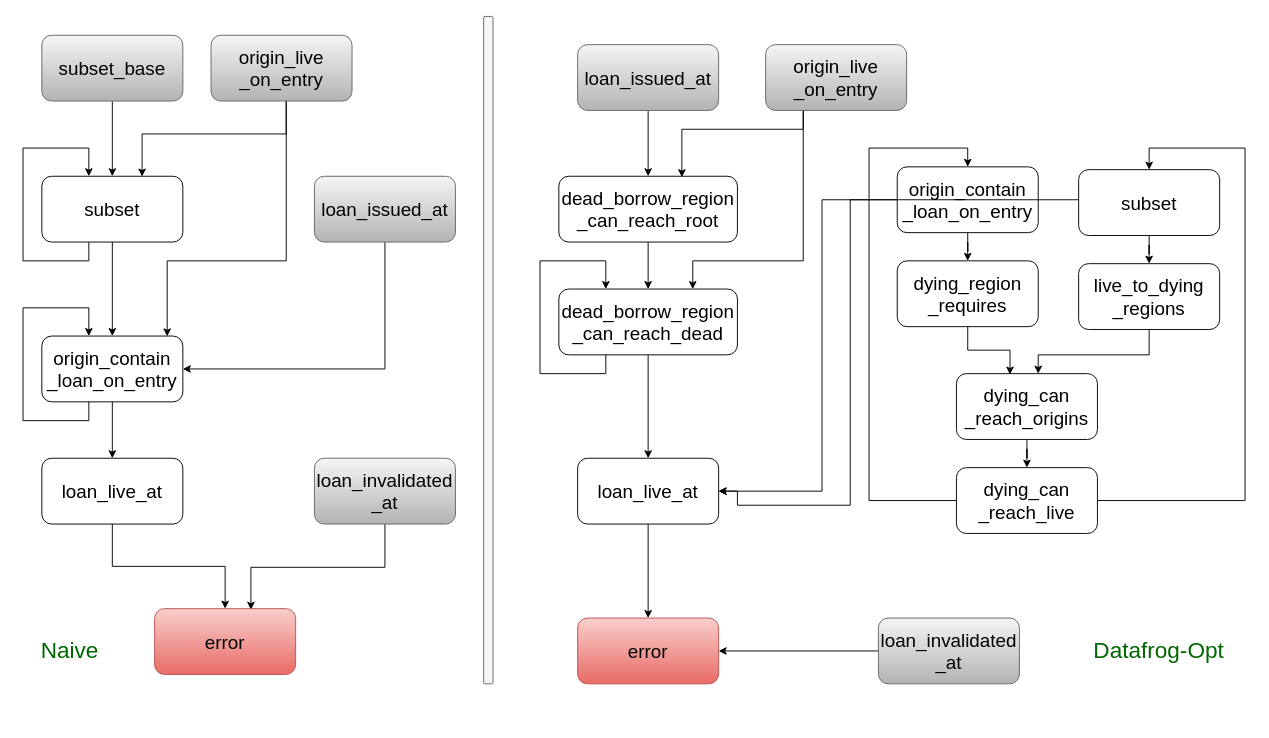
Before: presentation/naive-do.drawio in lengyijun/polonius-proof, a draw.io diagram. Source tidied: cells renumbered, new cells numbered last; positions are measured from the earlier drawing's top-left corner, leaving out a move shared by most shapes. Both pictures are drawn from the tidied source at 94%, with x=0, y=0 at pixel (23, 16).
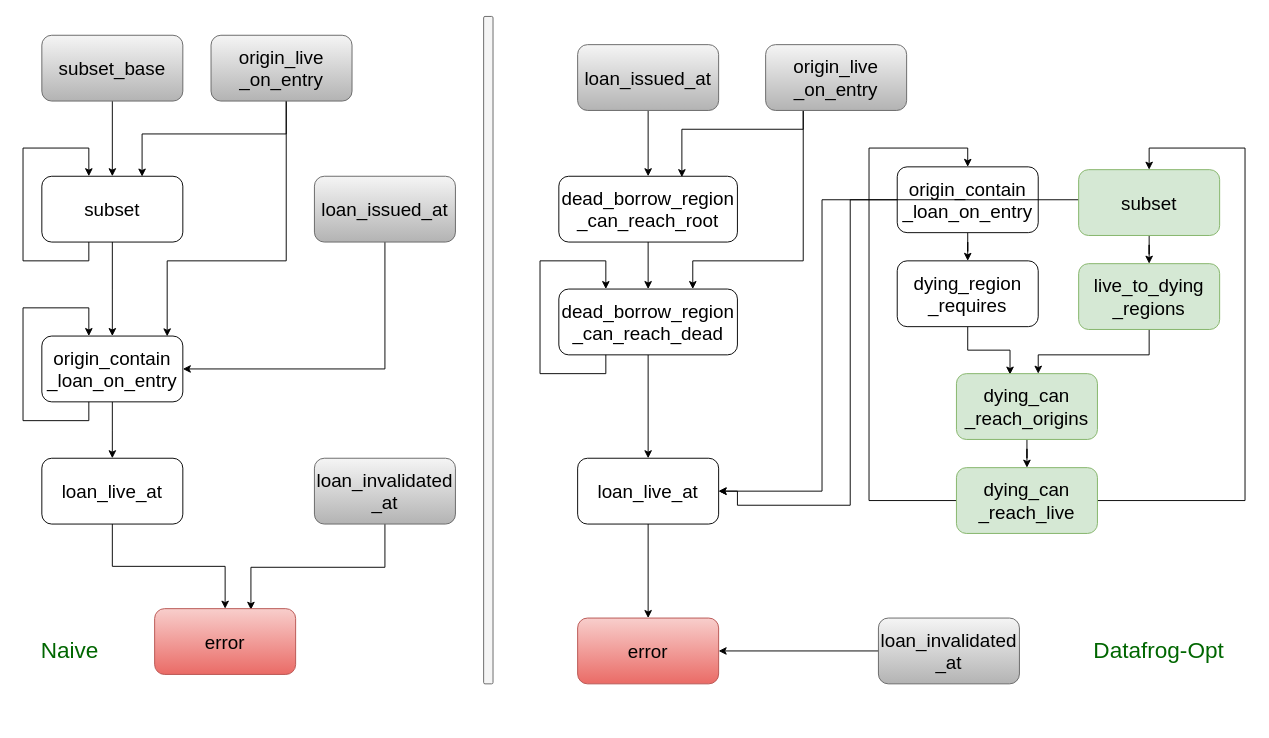
The same diagram, later.

Commit message (it also covers changes not shown here):
ring dependency

The edit, as a diff of the source:
```diff
@@
-    <mxCell id="26" value="dying_can&lt;br&gt;_reach_live" style="rounded=1;whiteSpace=wrap;html=1;fontSize=20;" parent="1" vertex="1">
+    <mxCell id="26" value="dying_can&lt;br&gt;_reach_live" style="rounded=1;whiteSpace=wrap;html=1;fontSize=20;fillColor=#d5e8d4;strokeColor=#82b366;" parent="1" vertex="1">
       <mxGeometry x="993" y="480" width="150" height="70" as="geometry" />
     </mxCell>
@@
-    <mxCell id="41" value="live_to_dying&lt;br&gt;_regions" style="rounded=1;whiteSpace=wrap;html=1;fontSize=20;" parent="1" vertex="1">
+    <mxCell id="41" value="live_to_dying&lt;br&gt;_regions" style="rounded=1;whiteSpace=wrap;html=1;fontSize=20;fillColor=#d5e8d4;strokeColor=#82b366;" parent="1" vertex="1">
       <mxGeometry x="1123" y="263" width="150" height="70" as="geometry" />
     </mxCell>
@@
-    <mxCell id="47" value="subset" style="rounded=1;whiteSpace=wrap;html=1;fontSize=20;" parent="1" vertex="1">
+    <mxCell id="47" value="subset" style="rounded=1;whiteSpace=wrap;html=1;fontSize=20;fillColor=#d5e8d4;strokeColor=#82b366;" parent="1" vertex="1">
       <mxGeometry x="1123" y="163" width="150" height="70" as="geometry" />
     </mxCell>
@@
-    <mxCell id="49" value="dying_can&lt;br&gt;_reach_origins" style="rounded=1;whiteSpace=wrap;html=1;fontSize=20;" parent="1" vertex="1">
+    <mxCell id="49" value="dying_can&lt;br&gt;_reach_origins" style="rounded=1;whiteSpace=wrap;html=1;fontSize=20;fillColor=#d5e8d4;strokeColor=#82b366;" parent="1" vertex="1">
       <mxGeometry x="993" y="380" width="150" height="70" as="geometry" />
     </mxCell>
```
